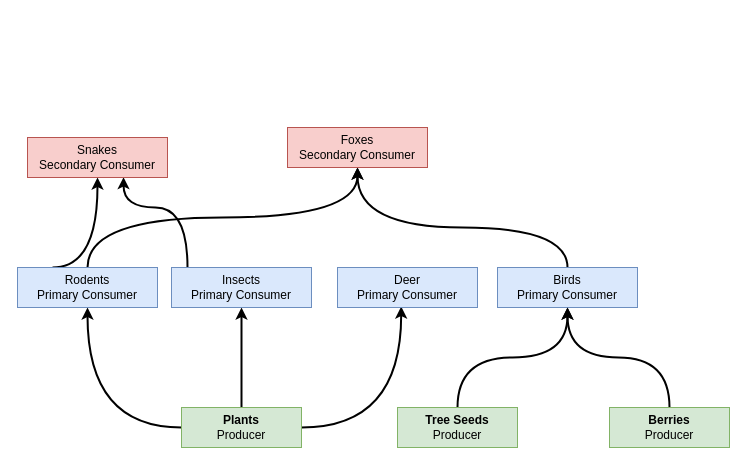
This is Untitled Diagram.drawio from MopNop/flowcharts, a draw.io file, before an edit. Source tidied: cells renumbered, new cells numbered last; positions are measured from the earlier drawing's top-left corner, leaving out a move shared by most shapes. Both pictures are drawn from the tidied source at 100%, with x=0, y=0 at pixel (17, 127).
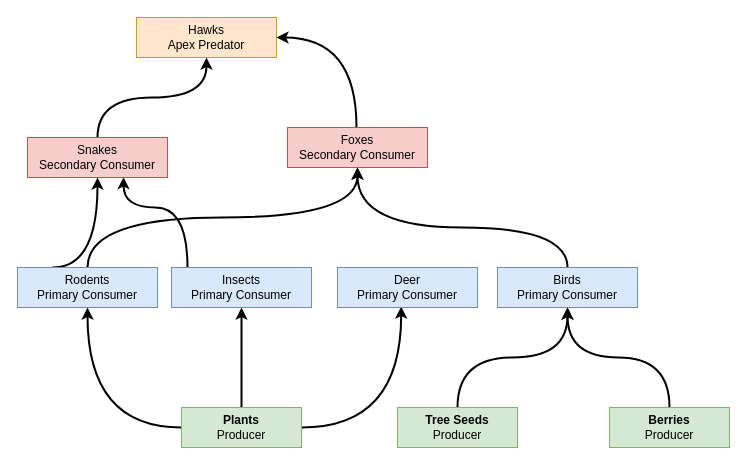
The same page after the edit.

Unchanged cells that the change refers to:
```xml
<mxCell id="16" value="Foxes&lt;br&gt;Secondary Consumer" style="rounded=0;whiteSpace=wrap;html=1;fillColor=#f8cecc;strokeColor=#b85450;" parent="1" vertex="1">
  <mxGeometry x="270" width="140" height="40" as="geometry" />
</mxCell>
<mxCell id="17" value="Snakes&lt;br&gt;Secondary Consumer" style="rounded=0;whiteSpace=wrap;html=1;fillColor=#f8cecc;strokeColor=#b85450;" parent="1" vertex="1">
  <mxGeometry x="10" y="10" width="140" height="40" as="geometry" />
</mxCell>
```

The edit, as a diff of the source:
```diff
@@
+    <mxCell id="20" style="edgeStyle=orthogonalEdgeStyle;rounded=0;jettySize=auto;html=1;strokeWidth=2;curved=1;" parent="1" edge="1" source="16" target="22">
+      <mxGeometry relative="1" as="geometry">
+        <Array as="points">
+          <mxPoint x="339" y="-90" />
+        </Array>
+      </mxGeometry>
+    </mxCell>
@@
+    <mxCell id="21" style="edgeStyle=orthogonalEdgeStyle;rounded=0;jettySize=auto;html=1;entryX=0.5;entryY=1;entryDx=0;entryDy=0;curved=1;strokeWidth=2;" parent="1" edge="1" source="17" target="22">
+      <mxGeometry relative="1" as="geometry" />
+    </mxCell>
@@
+    <mxCell id="22" value="Hawks&lt;br&gt;Apex Predator" style="rounded=0;whiteSpace=wrap;html=1;fillColor=#ffe6cc;strokeColor=#d79b00;" parent="1" vertex="1">
+      <mxGeometry x="119" y="-110" width="140" height="40" as="geometry" />
+    </mxCell>
```
